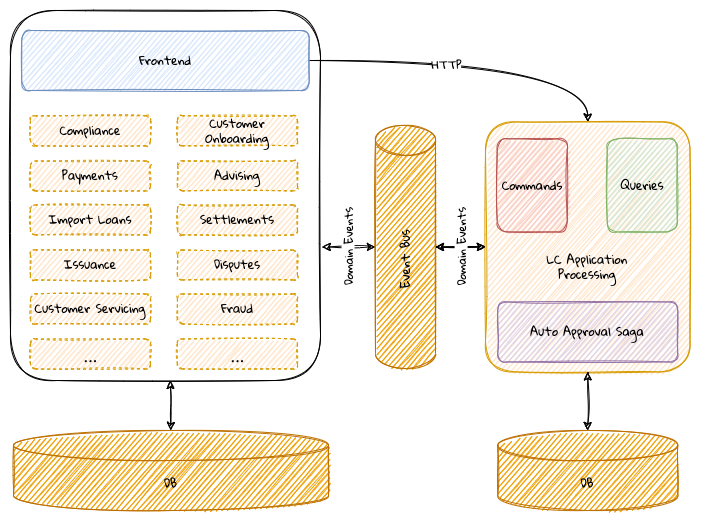
ddd-book-java/prem-website keeps this draw.io diagram as images/lc-application-monolith-stage-4.png. Above is the earlier version. Source tidied: cells renumbered, new cells last; positions are measured from the earlier drawing's top-left corner, leaving out a move shared by most shapes.
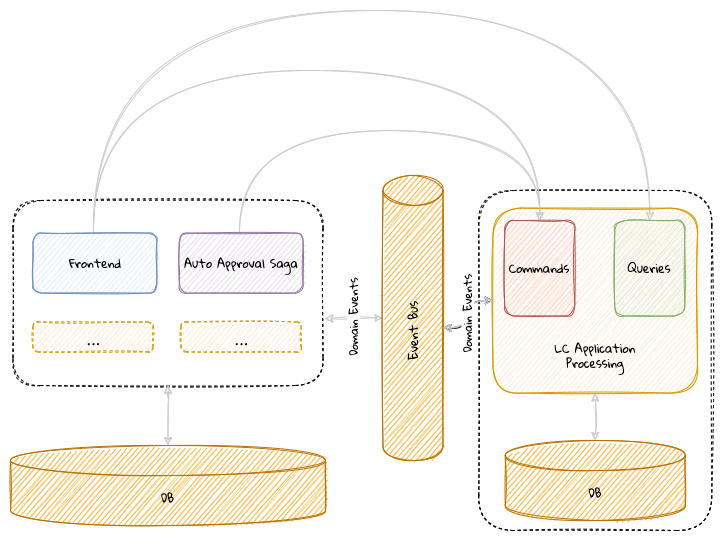
The same file after the commit.

What changed in the source:
```diff
@@ -2,100 +2,90 @@
   <root>
     <mxCell id="0" />
     <mxCell id="1" parent="0" />
+    <mxCell id="33" style="rounded=1;whiteSpace=wrap;html=1;glass=0;dashed=1;sketch=1;fontFamily=Gloria Hallelujah;fontSource=https%3A%2F%2Ffonts.googleapis.com%2Fcss%3Ffamily%3DGloria%2BHallelujah;fontSize=11;strokeColor=#000000;strokeWidth=1;" parent="1" vertex="1">
+      <mxGeometry x="352.2" y="130" width="233" height="340" as="geometry" />
+    </mxCell>
-    <mxCell id="2" style="rounded=1;whiteSpace=wrap;html=1;sketch=1;fontFamily=Gloria Hallelujah;fontSource=https%3A%2F%2Ffonts.googleapis.com%2Fcss%3Ffamily%3DGloria%2BHallelujah;" parent="1" vertex="1">
-      <mxGeometry width="310" height="370" as="geometry" />
+    <mxCell id="2" style="rounded=1;whiteSpace=wrap;html=1;sketch=1;fontFamily=Gloria Hallelujah;fontSource=https%3A%2F%2Ffonts.googleapis.com%2Fcss%3Ffamily%3DGloria%2BHallelujah;dashed=1;strokeColor=#000000;" parent="1" vertex="1">
+      <mxGeometry x="-113.5" y="140" width="310" height="185" as="geometry" />
     </mxCell>
-    <mxCell id="3" style="edgeStyle=orthogonalEdgeStyle;curved=1;rounded=1;sketch=1;jettySize=auto;html=1;startArrow=classic;startFill=1;" parent="1" edge="1" target="7">
-      <mxGeometry relative="1" as="geometry">
-        <mxPoint x="160" y="370" as="sourcePoint" />
-      </mxGeometry>
+    <mxCell id="3" style="edgeStyle=orthogonalEdgeStyle;curved=1;rounded=1;sketch=1;jettySize=auto;html=1;startArrow=classic;startFill=1;exitX=0.5;exitY=1;exitDx=0;exitDy=0;strokeColor=#CCCCCC;" parent="1" edge="1" source="2" target="7">
+      <mxGeometry relative="1" as="geometry" />
     </mxCell>
-    <mxCell id="4" style="edgeStyle=orthogonalEdgeStyle;curved=1;rounded=1;sketch=1;jettySize=auto;html=1;entryX=0.5;entryY=0;entryDx=0;entryDy=0;fontFamily=Gloria Hallelujah;fontSource=https%3A%2F%2Ffonts.googleapis.com%2Fcss%3Ffamily%3DGloria%2BHallelujah;startArrow=none;startFill=0;" parent="1" edge="1" source="6" target="12">
-      <mxGeometry relative="1" as="geometry" />
-    </mxCell>
-    <mxCell id="5" value="HTTP" style="edgeLabel;html=1;align=center;verticalAlign=middle;fontFamily=Gloria Hallelujah;" parent="4" vertex="1">
-      <mxGeometry x="-0.19" y="-3" relative="1" as="geometry" />
-    </mxCell>
+    <mxCell id="34" style="edgeStyle=orthogonalEdgeStyle;curved=1;rounded=1;sketch=1;jettySize=auto;html=1;entryX=0.5;entryY=0;entryDx=0;entryDy=0;fontFamily=Gloria Hallelujah;fontSource=https%3A%2F%2Ffonts.googleapis.com%2Fcss%3Ffamily%3DGloria%2BHallelujah;fontSize=16;fontColor=#999999;startArrow=none;startFill=0;endArrow=classic;endFill=1;strokeColor=#CCCCCC;" parent="1" edge="1" source="6" target="13">
+      <mxGeometry relative="1" as="geometry">
+        <Array as="points">
+          <mxPoint x="-33" y="10" />
+          <mxPoint x="413" y="10" />
+        </Array>
+      </mxGeometry>
+    </mxCell>
+    <mxCell id="35" style="edgeStyle=orthogonalEdgeStyle;curved=1;rounded=1;sketch=1;jettySize=auto;html=1;entryX=0.5;entryY=0;entryDx=0;entryDy=0;fontFamily=Gloria Hallelujah;fontSource=https%3A%2F%2Ffonts.googleapis.com%2Fcss%3Ffamily%3DGloria%2BHallelujah;fontSize=16;fontColor=#999999;startArrow=none;startFill=0;endArrow=classic;endFill=1;strokeColor=#CCCCCC;" parent="1" edge="1" source="6" target="14">
+      <mxGeometry relative="1" as="geometry">
+        <Array as="points">
+          <mxPoint x="-33" y="-50" />
+          <mxPoint x="523" y="-50" />
+        </Array>
+      </mxGeometry>
+    </mxCell>
     <mxCell id="6" value="Frontend" style="rounded=1;whiteSpace=wrap;html=1;sketch=1;fontFamily=Gloria Hallelujah;fontSource=https%3A%2F%2Ffonts.googleapis.com%2Fcss%3Ffamily%3DGloria%2BHallelujah;fillColor=#dae8fc;strokeColor=#6c8ebf;" parent="1" vertex="1">
-      <mxGeometry x="11.2" y="20" width="287.5" height="60" as="geometry" />
+      <mxGeometry x="-93.5" y="172.6" width="123.8" height="60" as="geometry" />
     </mxCell>
     <mxCell id="7" value="DB" style="shape=cylinder3;whiteSpace=wrap;html=1;boundedLbl=1;backgroundOutline=1;size=15;sketch=1;rounded=1;fontFamily=Gloria Hallelujah;fontSource=https%3A%2F%2Ffonts.googleapis.com%2Fcss%3Ffamily%3DGloria%2BHallelujah;fillColor=#f0a30a;strokeColor=#BD7000;fontColor=#000000;" parent="1" vertex="1">
-      <mxGeometry x="3" y="420" width="315" height="80" as="geometry" />
+      <mxGeometry x="-116" y="385" width="315" height="80" as="geometry" />
     </mxCell>
-    <mxCell id="8" value="Domain Events" style="edgeStyle=orthogonalEdgeStyle;curved=1;rounded=1;sketch=1;jettySize=auto;html=1;exitX=0;exitY=0.5;exitDx=0;exitDy=0;exitPerimeter=0;entryX=1.006;entryY=0.639;entryDx=0;entryDy=0;entryPerimeter=0;fontFamily=Gloria Hallelujah;fontSource=https%3A%2F%2Ffonts.googleapis.com%2Fcss%3Ffamily%3DGloria%2BHallelujah;startArrow=classic;startFill=1;horizontal=0;" parent="1" edge="1" source="10" target="2">
+    <mxCell id="8" value="Domain Events" style="edgeStyle=orthogonalEdgeStyle;curved=1;rounded=1;sketch=1;jettySize=auto;html=1;exitX=0;exitY=0.5;exitDx=0;exitDy=0;exitPerimeter=0;entryX=1.006;entryY=0.639;entryDx=0;entryDy=0;entryPerimeter=0;fontFamily=Gloria Hallelujah;fontSource=https%3A%2F%2Ffonts.googleapis.com%2Fcss%3Ffamily%3DGloria%2BHallelujah;startArrow=classic;startFill=1;horizontal=0;strokeColor=#CCCCCC;" parent="1" edge="1" source="10" target="2">
       <mxGeometry relative="1" as="geometry" />
     </mxCell>
-    <mxCell id="9" style="edgeStyle=orthogonalEdgeStyle;curved=1;rounded=1;sketch=1;jettySize=auto;html=1;fontFamily=Gloria Hallelujah;fontSource=https%3A%2F%2Ffonts.googleapis.com%2Fcss%3Ffamily%3DGloria%2BHallelujah;startArrow=classic;startFill=1;" parent="1" edge="1" source="10" target="12">
-      <mxGeometry relative="1" as="geometry" />
+    <mxCell id="9" style="edgeStyle=orthogonalEdgeStyle;curved=1;rounded=1;sketch=1;jettySize=auto;html=1;fontFamily=Gloria Hallelujah;fontSource=https%3A%2F%2Ffonts.googleapis.com%2Fcss%3Ffamily%3DGloria%2BHallelujah;startArrow=classic;startFill=1;" parent="1" edge="1" target="12">
+      <mxGeometry relative="1" as="geometry">
+        <mxPoint x="316.5" y="267.5" as="sourcePoint" />
+      </mxGeometry>
     </mxCell>
     <mxCell id="10" value="Event Bus" style="shape=cylinder3;whiteSpace=wrap;html=1;boundedLbl=1;backgroundOutline=1;size=15;rounded=1;sketch=1;fontFamily=Gloria Hallelujah;fontSource=https%3A%2F%2Ffonts.googleapis.com%2Fcss%3Ffamily%3DGloria%2BHallelujah;fillColor=#f0a30a;strokeColor=#BD7000;fontColor=#000000;horizontal=0;rotation=0;" parent="1" vertex="1">
-      <mxGeometry x="365" y="114.9" width="60" height="243.1" as="geometry" />
+      <mxGeometry x="256.5" y="114.9" width="60" height="285.1" as="geometry" />
     </mxCell>
     <mxCell id="11" style="group;" parent="1" vertex="1">
-      <mxGeometry x="475" y="111.4" width="204.5" height="250" as="geometry" />
+      <mxGeometry x="366.5" y="147.6" width="204.5" height="185" as="geometry" />
     </mxCell>
     <mxCell id="12" style="rounded=1;whiteSpace=wrap;html=1;sketch=1;fontFamily=Gloria Hallelujah;fontSource=https%3A%2F%2Ffonts.googleapis.com%2Fcss%3Ffamily%3DGloria%2BHallelujah;fillColor=#ffe6cc;strokeColor=#d79b00;" parent="11" vertex="1">
-      <mxGeometry width="204.5" height="250" as="geometry" />
+      <mxGeometry width="204.5" height="185" as="geometry" />
     </mxCell>
     <mxCell id="13" value="Commands" style="rounded=1;whiteSpace=wrap;html=1;sketch=1;fontFamily=Gloria Hallelujah;fontSource=https%3A%2F%2Ffonts.googleapis.com%2Fcss%3Ffamily%3DGloria%2BHallelujah;fillColor=#f8cecc;strokeColor=#b85450;" parent="11" vertex="1">
-      <mxGeometry x="11.8" y="16.9" width="70" height="93.1" as="geometry" />
+      <mxGeometry x="11.8" y="12.5" width="70" height="95.4" as="geometry" />
     </mxCell>
     <mxCell id="14" value="Queries" style="rounded=1;whiteSpace=wrap;html=1;sketch=1;fontFamily=Gloria Hallelujah;fontSource=https%3A%2F%2Ffonts.googleapis.com%2Fcss%3Ffamily%3DGloria%2BHallelujah;fillColor=#d5e8d4;strokeColor=#82b366;" parent="11" vertex="1">
-      <mxGeometry x="121.8" y="16.9" width="70" height="93.1" as="geometry" />
+      <mxGeometry x="121.8" y="12.5" width="70" height="95.4" as="geometry" />
     </mxCell>
-    <mxCell id="15" value="Auto Approval Saga" style="rounded=1;whiteSpace=wrap;html=1;sketch=1;fontFamily=Gloria Hallelujah;fontSource=https%3A%2F%2Ffonts.googleapis.com%2Fcss%3Ffamily%3DGloria%2BHallelujah;fillColor=#e1d5e7;strokeColor=#9673a6;" parent="11" vertex="1">
-      <mxGeometry x="12.2" y="180" width="180" height="60" as="geometry" />
-    </mxCell>
     <mxCell id="16" value="LC Application Processing" style="text;html=1;strokeColor=none;fillColor=none;align=center;verticalAlign=middle;whiteSpace=wrap;rounded=1;sketch=1;fontFamily=Gloria Hallelujah;fontSource=https%3A%2F%2Ffonts.googleapis.com%2Fcss%3Ffamily%3DGloria%2BHallelujah;" parent="11" vertex="1">
-      <mxGeometry x="57.2" y="130" width="90" height="30" as="geometry" />
+      <mxGeometry x="57.2" y="135.9" width="90" height="22.2" as="geometry" />
     </mxCell>
-    <mxCell id="17" style="group;" parent="1" vertex="1">
-      <mxGeometry x="20" y="105.3" width="267" height="253.1" as="geometry" />
-    </mxCell>
-    <mxCell id="18" value="Compliance" style="rounded=1;whiteSpace=wrap;html=1;sketch=1;fontFamily=Gloria Hallelujah;fontSource=https%3A%2F%2Ffonts.googleapis.com%2Fcss%3Ffamily%3DGloria%2BHallelujah;fillColor=#ffe6cc;strokeColor=#d79b00;dashed=1;" parent="17" vertex="1">
-      <mxGeometry width="120" height="30" as="geometry" />
-    </mxCell>
-    <mxCell id="19" value="Customer Onboarding" style="rounded=1;whiteSpace=wrap;html=1;sketch=1;fontFamily=Gloria Hallelujah;fontSource=https%3A%2F%2Ffonts.googleapis.com%2Fcss%3Ffamily%3DGloria%2BHallelujah;fillColor=#ffe6cc;strokeColor=#d79b00;dashed=1;" parent="17" vertex="1">
-      <mxGeometry x="147" width="120" height="30" as="geometry" />
-    </mxCell>
-    <mxCell id="20" value="Import Loans" style="rounded=1;whiteSpace=wrap;html=1;sketch=1;fontFamily=Gloria Hallelujah;fontSource=https%3A%2F%2Ffonts.googleapis.com%2Fcss%3Ffamily%3DGloria%2BHallelujah;fillColor=#ffe6cc;strokeColor=#d79b00;dashed=1;" parent="17" vertex="1">
-      <mxGeometry y="89.1" width="120" height="30" as="geometry" />
-    </mxCell>
-    <mxCell id="21" value="Advising" style="rounded=1;whiteSpace=wrap;html=1;sketch=1;fontFamily=Gloria Hallelujah;fontSource=https%3A%2F%2Ffonts.googleapis.com%2Fcss%3Ffamily%3DGloria%2BHallelujah;fillColor=#ffe6cc;strokeColor=#d79b00;dashed=1;" parent="17" vertex="1">
-      <mxGeometry x="147" y="45.1" width="120" height="30" as="geometry" />
-    </mxCell>
-    <mxCell id="22" value="Settlements" style="rounded=1;whiteSpace=wrap;html=1;sketch=1;fontFamily=Gloria Hallelujah;fontSource=https%3A%2F%2Ffonts.googleapis.com%2Fcss%3Ffamily%3DGloria%2BHallelujah;fillColor=#ffe6cc;strokeColor=#d79b00;dashed=1;" parent="17" vertex="1">
-      <mxGeometry x="147" y="89.1" width="120" height="30" as="geometry" />
-    </mxCell>
-    <mxCell id="23" value="Payments" style="rounded=1;whiteSpace=wrap;html=1;sketch=1;fontFamily=Gloria Hallelujah;fontSource=https%3A%2F%2Ffonts.googleapis.com%2Fcss%3Ffamily%3DGloria%2BHallelujah;fillColor=#ffe6cc;strokeColor=#d79b00;dashed=1;" parent="17" vertex="1">
-      <mxGeometry y="45.1" width="120" height="30" as="geometry" />
-    </mxCell>
-    <mxCell id="24" value="Issuance" style="rounded=1;whiteSpace=wrap;html=1;sketch=1;fontFamily=Gloria Hallelujah;fontSource=https%3A%2F%2Ffonts.googleapis.com%2Fcss%3Ffamily%3DGloria%2BHallelujah;fillColor=#ffe6cc;strokeColor=#d79b00;dashed=1;" parent="17" vertex="1">
-      <mxGeometry y="134.1" width="120" height="30" as="geometry" />
-    </mxCell>
-    <mxCell id="25" value="Disputes" style="rounded=1;whiteSpace=wrap;html=1;sketch=1;fontFamily=Gloria Hallelujah;fontSource=https%3A%2F%2Ffonts.googleapis.com%2Fcss%3Ffamily%3DGloria%2BHallelujah;fillColor=#ffe6cc;strokeColor=#d79b00;dashed=1;" parent="17" vertex="1">
-      <mxGeometry x="147" y="134.1" width="120" height="30" as="geometry" />
-    </mxCell>
-    <mxCell id="26" value="Fraud" style="rounded=1;whiteSpace=wrap;html=1;sketch=1;fontFamily=Gloria Hallelujah;fontSource=https%3A%2F%2Ffonts.googleapis.com%2Fcss%3Ffamily%3DGloria%2BHallelujah;fillColor=#ffe6cc;strokeColor=#d79b00;dashed=1;" parent="17" vertex="1">
-      <mxGeometry x="147" y="178.1" width="120" height="30" as="geometry" />
-    </mxCell>
-    <mxCell id="27" value="Customer Servicing" style="rounded=1;whiteSpace=wrap;html=1;sketch=1;fontFamily=Gloria Hallelujah;fontSource=https%3A%2F%2Ffonts.googleapis.com%2Fcss%3Ffamily%3DGloria%2BHallelujah;fillColor=#ffe6cc;strokeColor=#d79b00;dashed=1;" parent="17" vertex="1">
-      <mxGeometry y="178.1" width="120" height="30" as="geometry" />
-    </mxCell>
-    <mxCell id="28" value="&lt;font style=&quot;font-size: 21px&quot;&gt;...&lt;/font&gt;" style="rounded=1;whiteSpace=wrap;html=1;sketch=1;fontFamily=Gloria Hallelujah;fontSource=https%3A%2F%2Ffonts.googleapis.com%2Fcss%3Ffamily%3DGloria%2BHallelujah;fillColor=#ffe6cc;strokeColor=#d79b00;dashed=1;" parent="17" vertex="1">
-      <mxGeometry y="223.1" width="120" height="30" as="geometry" />
-    </mxCell>
-    <mxCell id="29" value="&lt;font style=&quot;font-size: 21px&quot;&gt;...&lt;/font&gt;" style="rounded=1;whiteSpace=wrap;html=1;sketch=1;fontFamily=Gloria Hallelujah;fontSource=https%3A%2F%2Ffonts.googleapis.com%2Fcss%3Ffamily%3DGloria%2BHallelujah;fillColor=#ffe6cc;strokeColor=#d79b00;dashed=1;" parent="17" vertex="1">
-      <mxGeometry x="147" y="223.1" width="120" height="30" as="geometry" />
-    </mxCell>
     <mxCell id="30" value="DB" style="shape=cylinder3;whiteSpace=wrap;html=1;boundedLbl=1;backgroundOutline=1;size=15;sketch=1;rounded=1;fontFamily=Gloria Hallelujah;fontSource=https%3A%2F%2Ffonts.googleapis.com%2Fcss%3Ffamily%3DGloria%2BHallelujah;fillColor=#f0a30a;strokeColor=#BD7000;fontColor=#000000;" parent="1" vertex="1">
-      <mxGeometry x="487.2" y="420" width="180" height="80" as="geometry" />
+      <mxGeometry x="378.8" y="380" width="180" height="80" as="geometry" />
     </mxCell>
-    <mxCell id="31" style="edgeStyle=orthogonalEdgeStyle;curved=1;rounded=1;sketch=1;jettySize=auto;html=1;entryX=0.5;entryY=0;entryDx=0;entryDy=0;entryPerimeter=0;fontFamily=Gloria Hallelujah;fontSource=https%3A%2F%2Ffonts.googleapis.com%2Fcss%3Ffamily%3DGloria%2BHallelujah;startArrow=classic;startFill=1;" parent="1" edge="1" source="12" target="30">
+    <mxCell id="31" style="edgeStyle=orthogonalEdgeStyle;curved=1;rounded=1;sketch=1;jettySize=auto;html=1;entryX=0.5;entryY=0;entryDx=0;entryDy=0;entryPerimeter=0;fontFamily=Gloria Hallelujah;fontSource=https%3A%2F%2Ffonts.googleapis.com%2Fcss%3Ffamily%3DGloria%2BHallelujah;startArrow=classic;startFill=1;strokeColor=#CCCCCC;" parent="1" edge="1" source="12" target="30">
       <mxGeometry relative="1" as="geometry" />
     </mxCell>
-    <mxCell id="32" value="Domain Events" style="edgeStyle=orthogonalEdgeStyle;curved=1;rounded=1;sketch=1;jettySize=auto;html=1;fontFamily=Gloria Hallelujah;fontSource=https%3A%2F%2Ffonts.googleapis.com%2Fcss%3Ffamily%3DGloria%2BHallelujah;startArrow=classic;startFill=1;horizontal=0;" parent="1" edge="1" source="12" target="10">
-      <mxGeometry relative="1" as="geometry" />
+    <mxCell id="32" value="Domain Events" style="edgeStyle=orthogonalEdgeStyle;curved=1;rounded=1;sketch=1;jettySize=auto;html=1;fontFamily=Gloria Hallelujah;fontSource=https%3A%2F%2Ffonts.googleapis.com%2Fcss%3Ffamily%3DGloria%2BHallelujah;startArrow=classic;startFill=1;horizontal=0;strokeColor=#CCCCCC;" parent="1" edge="1" source="12">
+      <mxGeometry relative="1" as="geometry">
+        <mxPoint x="316.5" y="267.5" as="targetPoint" />
+      </mxGeometry>
     </mxCell>
+    <mxCell id="36" style="edgeStyle=orthogonalEdgeStyle;curved=1;rounded=1;sketch=1;jettySize=auto;html=1;entryX=0.5;entryY=0;entryDx=0;entryDy=0;fontFamily=Gloria Hallelujah;fontSource=https%3A%2F%2Ffonts.googleapis.com%2Fcss%3Ffamily%3DGloria%2BHallelujah;fontSize=16;fontColor=#999999;startArrow=none;startFill=0;endArrow=classic;endFill=1;strokeColor=#CCCCCC;" parent="1" edge="1" source="15" target="13">
+      <mxGeometry relative="1" as="geometry">
+        <Array as="points">
+          <mxPoint x="113" y="70" />
+          <mxPoint x="413" y="70" />
+        </Array>
+      </mxGeometry>
+    </mxCell>
+    <mxCell id="15" value="Auto Approval Saga" style="rounded=1;whiteSpace=wrap;html=1;sketch=1;fontFamily=Gloria Hallelujah;fontSource=https%3A%2F%2Ffonts.googleapis.com%2Fcss%3Ffamily%3DGloria%2BHallelujah;fillColor=#e1d5e7;strokeColor=#9673a6;" parent="1" vertex="1">
+      <mxGeometry x="52.9" y="172.6" width="123.8" height="60" as="geometry" />
+    </mxCell>
+    <mxCell id="28" value="&lt;font style=&quot;font-size: 21px&quot;&gt;...&lt;/font&gt;" style="rounded=1;whiteSpace=wrap;html=1;sketch=1;fontFamily=Gloria Hallelujah;fontSource=https%3A%2F%2Ffonts.googleapis.com%2Fcss%3Ffamily%3DGloria%2BHallelujah;fillColor=#ffe6cc;strokeColor=#d79b00;dashed=1;" parent="1" vertex="1">
+      <mxGeometry x="-93.5" y="261.4" width="120" height="30" as="geometry" />
+    </mxCell>
+    <mxCell id="29" value="&lt;font style=&quot;font-size: 21px&quot;&gt;...&lt;/font&gt;" style="rounded=1;whiteSpace=wrap;html=1;sketch=1;fontFamily=Gloria Hallelujah;fontSource=https%3A%2F%2Ffonts.googleapis.com%2Fcss%3Ffamily%3DGloria%2BHallelujah;fillColor=#ffe6cc;strokeColor=#d79b00;dashed=1;" parent="1" vertex="1">
+      <mxGeometry x="54.8" y="261.4" width="120" height="30" as="geometry" />
+    </mxCell>
   </root>
 </mxGraphModel>
```
